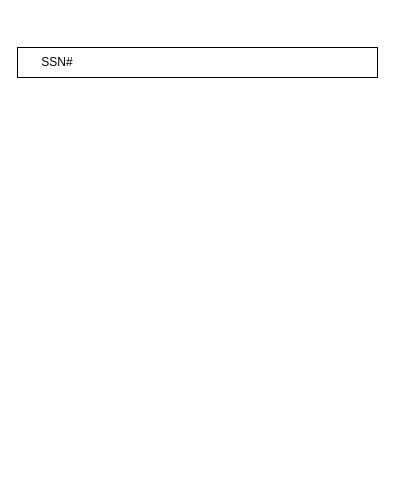
frozenproof/dactaphanmem keeps this draw.io diagram as bai2sql.drawio. Above is the earlier version. Source tidied: cells renumbered, new cells numbered last; positions are measured from the earlier drawing's top-left corner, leaving out a move shared by most shapes. Both pictures are drawn from the tidied source at 100%, with x=0, y=0 at pixel (17, 47).
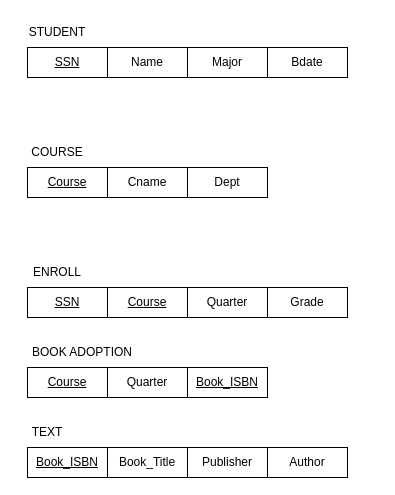
The same diagram, later.

Change to the diagram source:
```diff
@@
-    <mxCell id="2" style="rounded=0;whiteSpace=wrap;html=1;" parent="1" vertex="1">
-      <mxGeometry width="360" height="30" as="geometry" />
-    </mxCell>
-    <mxCell id="3" value="SSN#" style="text;strokeColor=none;fillColor=none;align=center;verticalAlign=middle;spacingLeft=4;spacingRight=4;overflow=hidden;whiteSpace=wrap;html=1;" parent="1" vertex="1">
-      <mxGeometry width="80" height="30" as="geometry" />
-    </mxCell>
+    <mxCell id="4" value="STUDENT" style="text;html=1;strokeColor=none;fillColor=none;align=center;verticalAlign=middle;whiteSpace=wrap;rounded=0;" parent="1" vertex="1">
+      <mxGeometry x="10" y="-30" width="60" height="30" as="geometry" />
+    </mxCell>
+    <mxCell id="5" value="SSN" style="rounded=0;whiteSpace=wrap;html=1;fontStyle=4;" parent="1" vertex="1">
+      <mxGeometry x="10" width="80" height="30" as="geometry" />
+    </mxCell>
+    <mxCell id="6" value="Name" style="rounded=0;whiteSpace=wrap;html=1;" parent="1" vertex="1">
+      <mxGeometry x="90" width="80" height="30" as="geometry" />
+    </mxCell>
+    <mxCell id="7" value="Major" style="rounded=0;whiteSpace=wrap;html=1;" parent="1" vertex="1">
+      <mxGeometry x="170" width="80" height="30" as="geometry" />
+    </mxCell>
+    <mxCell id="8" value="Bdate" style="rounded=0;whiteSpace=wrap;html=1;" parent="1" vertex="1">
+      <mxGeometry x="250" width="80" height="30" as="geometry" />
+    </mxCell>
+    <mxCell id="9" value="COURSE" style="text;html=1;strokeColor=none;fillColor=none;align=center;verticalAlign=middle;whiteSpace=wrap;rounded=0;" parent="1" vertex="1">
+      <mxGeometry x="10" y="90" width="60" height="30" as="geometry" />
+    </mxCell>
+    <mxCell id="10" value="Course" style="rounded=0;whiteSpace=wrap;html=1;fontStyle=4;" parent="1" vertex="1">
+      <mxGeometry x="10" y="120" width="80" height="30" as="geometry" />
+    </mxCell>
+    <mxCell id="11" value="Cname" style="rounded=0;whiteSpace=wrap;html=1;" parent="1" vertex="1">
+      <mxGeometry x="90" y="120" width="80" height="30" as="geometry" />
+    </mxCell>
+    <mxCell id="12" value="Dept" style="rounded=0;whiteSpace=wrap;html=1;" parent="1" vertex="1">
+      <mxGeometry x="170" y="120" width="80" height="30" as="geometry" />
+    </mxCell>
+    <mxCell id="13" style="rounded=0;whiteSpace=wrap;html=1;" parent="1" vertex="1">
+      <mxGeometry x="10" y="240" width="320" height="30" as="geometry" />
+    </mxCell>
+    <mxCell id="14" value="ENROLL" style="text;html=1;strokeColor=none;fillColor=none;align=center;verticalAlign=middle;whiteSpace=wrap;rounded=0;" parent="1" vertex="1">
+      <mxGeometry x="10" y="210" width="60" height="30" as="geometry" />
+    </mxCell>
+    <mxCell id="15" value="SSN" style="rounded=0;whiteSpace=wrap;html=1;fontStyle=4;" parent="1" vertex="1">
+      <mxGeometry x="10" y="240" width="80" height="30" as="geometry" />
+    </mxCell>
+    <mxCell id="16" value="Course" style="rounded=0;whiteSpace=wrap;html=1;fontStyle=4;" parent="1" vertex="1">
+      <mxGeometry x="90" y="240" width="80" height="30" as="geometry" />
+    </mxCell>
+    <mxCell id="17" value="Quarter" style="rounded=0;whiteSpace=wrap;html=1;" parent="1" vertex="1">
+      <mxGeometry x="170" y="240" width="80" height="30" as="geometry" />
+    </mxCell>
+    <mxCell id="18" value="Grade" style="rounded=0;whiteSpace=wrap;html=1;" parent="1" vertex="1">
+      <mxGeometry x="250" y="240" width="80" height="30" as="geometry" />
+    </mxCell>
+    <mxCell id="19" value="BOOK ADOPTION" style="text;html=1;strokeColor=none;fillColor=none;align=center;verticalAlign=middle;whiteSpace=wrap;rounded=0;" parent="1" vertex="1">
+      <mxGeometry x="10" y="290" width="110" height="30" as="geometry" />
+    </mxCell>
+    <mxCell id="20" value="Course" style="rounded=0;whiteSpace=wrap;html=1;fontStyle=4;" parent="1" vertex="1">
+      <mxGeometry x="10" y="320" width="80" height="30" as="geometry" />
+    </mxCell>
+    <mxCell id="21" value="Quarter" style="rounded=0;whiteSpace=wrap;html=1;" parent="1" vertex="1">
+      <mxGeometry x="90" y="320" width="80" height="30" as="geometry" />
+    </mxCell>
+    <mxCell id="22" value="Book_ISBN" style="rounded=0;whiteSpace=wrap;html=1;fontStyle=4;" parent="1" vertex="1">
+      <mxGeometry x="170" y="320" width="80" height="30" as="geometry" />
+    </mxCell>
+    <mxCell id="23" style="rounded=0;whiteSpace=wrap;html=1;" parent="1" vertex="1">
+      <mxGeometry x="10" y="400" width="320" height="30" as="geometry" />
+    </mxCell>
+    <mxCell id="24" value="TEXT" style="text;html=1;strokeColor=none;fillColor=none;align=center;verticalAlign=middle;whiteSpace=wrap;rounded=0;" parent="1" vertex="1">
+      <mxGeometry x="10" y="370" width="40" height="30" as="geometry" />
+    </mxCell>
+    <mxCell id="25" value="Book_ISBN" style="rounded=0;whiteSpace=wrap;html=1;fontStyle=4;" parent="1" vertex="1">
+      <mxGeometry x="10" y="400" width="80" height="30" as="geometry" />
+    </mxCell>
+    <mxCell id="26" value="Book_Title" style="rounded=0;whiteSpace=wrap;html=1;" parent="1" vertex="1">
+      <mxGeometry x="90" y="400" width="80" height="30" as="geometry" />
+    </mxCell>
+    <mxCell id="27" value="Publisher" style="rounded=0;whiteSpace=wrap;html=1;" parent="1" vertex="1">
+      <mxGeometry x="170" y="400" width="80" height="30" as="geometry" />
+    </mxCell>
+    <mxCell id="28" value="Author" style="rounded=0;whiteSpace=wrap;html=1;" parent="1" vertex="1">
+      <mxGeometry x="250" y="400" width="80" height="30" as="geometry" />
+    </mxCell>
```
